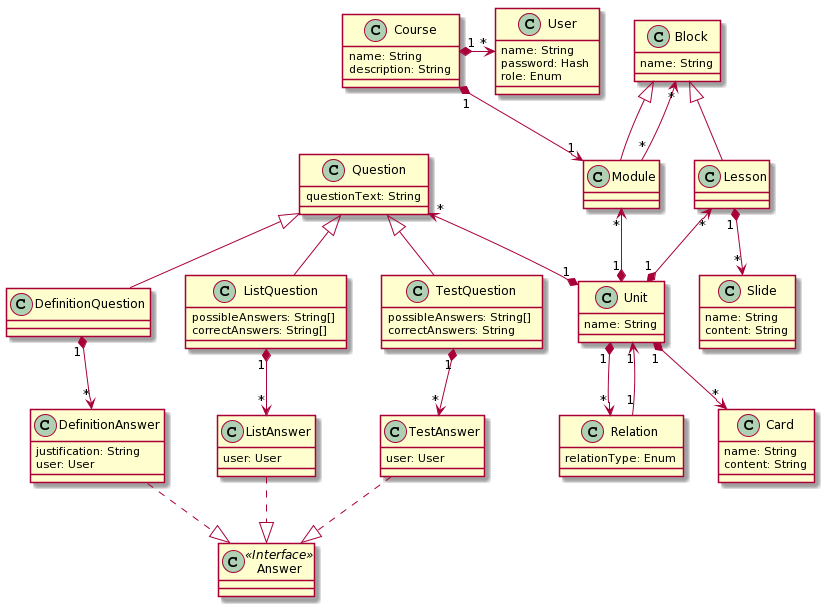
This is resources/diagrams/database/database.png from codeurjc/santatecla, a PlantUML export, as it was before one commit.
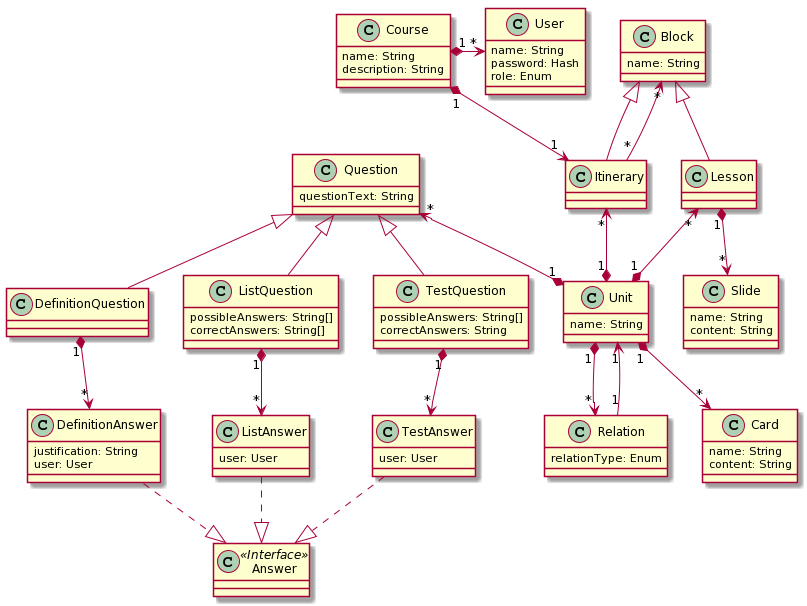
After the change.

Commit message:
doc: Block relations diagram added

Change to the diagram source:
```diff
@@ -15,7 +15,7 @@
   name: String
 }
 
-class Module{
+class Itinerary{
 }
 
 class Lesson{
@@ -81,19 +81,19 @@
 
 Relation "1" --> "1" Unit
 
-Block<|-down- Module
+Block<|-down- Itinerary
 Block<|-down- Lesson
 
-Module "*"-up-> "*" Block
+Itinerary "*"-up-> "*" Block
 
 Unit "1" *-down-> "*" Relation
 Unit "1" *-down-> "*" Card
-Unit "1" *-up-> "*" Module
+Unit "1" *-up-> "*" Itinerary
 Unit "1" *-up-> "*" Lesson
 Unit "1" *-up-> "*" Question
 
 Lesson "1" *-down-> "*" Slide
 
-Course "1" *-down-> "1" Module
+Course "1" *-down-> "1" Itinerary
 Course "1" *-right-> "*" User
 @enduml
```
